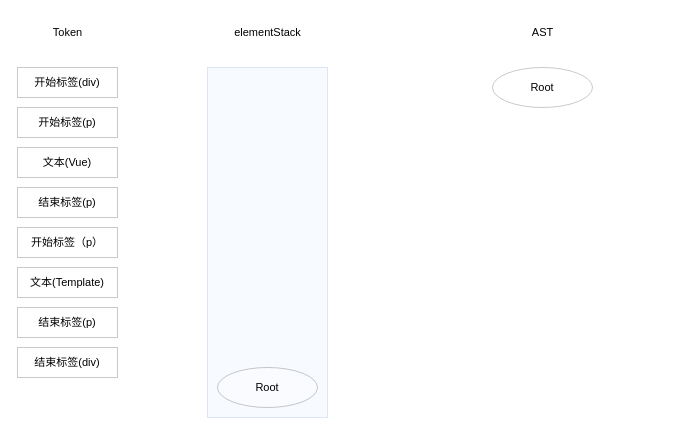
yzqzy/notes keeps this draw.io diagram as page "ast" (3 of 3) of books/Vue.js设计与实现/vue.js 3.drawio. Above is the earlier version. Source tidied: cells renumbered, new cells numbered last; positions are measured from the earlier drawing's top-left corner, leaving out a move shared by most shapes. Both pictures are drawn from the tidied source at 100%, with x=0, y=0 at pixel (17, 17).
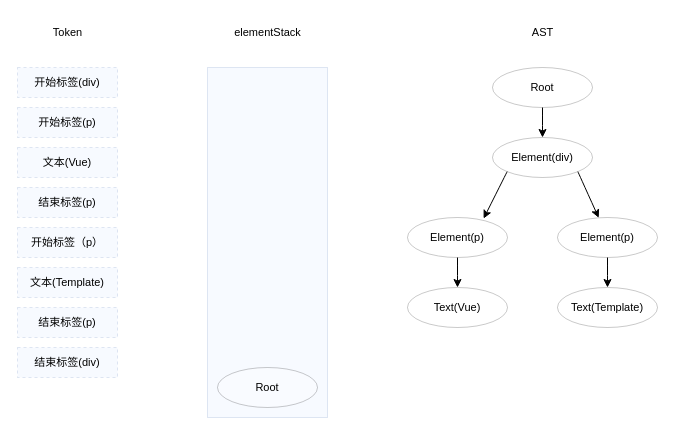
The same page after the edit.

Commit message:
styles(vue3): update vue.js 3 drawio

The change refers to these unchanged cells:
```xml
<mxCell id="15" value="Root" style="ellipse;whiteSpace=wrap;html=1;rounded=0;shadow=0;fontSize=11;fontColor=#000000;strokeColor=default;opacity=21;" parent="1" vertex="1">
  <mxGeometry x="475" y="50" width="100" height="40" as="geometry" />
</mxCell>
```

Change to the diagram source:
```diff
@@
-    <mxCell id="4" value="开始标签(div)" style="whiteSpace=wrap;html=1;rounded=0;shadow=0;fontSize=11;opacity=21;" parent="1" vertex="1">
+    <mxCell id="4" value="开始标签(div)" style="whiteSpace=wrap;html=1;rounded=0;shadow=0;fontSize=11;opacity=21;fillColor=#dae8fc;strokeColor=#6c8ebf;dashed=1;" parent="1" vertex="1">
       <mxGeometry y="50" width="100" height="30" as="geometry" />
     </mxCell>
-    <mxCell id="5" value="开始标签(p)" style="whiteSpace=wrap;html=1;rounded=0;shadow=0;fontSize=11;fontColor=#000000;strokeColor=default;opacity=21;" parent="1" vertex="1">
+    <mxCell id="5" value="开始标签(p)" style="whiteSpace=wrap;html=1;rounded=0;shadow=0;fontSize=11;strokeColor=#6c8ebf;opacity=21;fillColor=#dae8fc;dashed=1;" parent="1" vertex="1">
       <mxGeometry y="90" width="100" height="30" as="geometry" />
     </mxCell>
-    <mxCell id="6" value="文本(Vue)" style="whiteSpace=wrap;html=1;rounded=0;shadow=0;fontSize=11;fontColor=#000000;strokeColor=default;opacity=21;" parent="1" vertex="1">
+    <mxCell id="6" value="文本(Vue)" style="whiteSpace=wrap;html=1;rounded=0;shadow=0;fontSize=11;strokeColor=#6c8ebf;opacity=21;dashed=1;fillColor=#dae8fc;" parent="1" vertex="1">
       <mxGeometry y="130" width="100" height="30" as="geometry" />
     </mxCell>
-    <mxCell id="7" value="结束标签(p)" style="whiteSpace=wrap;html=1;rounded=0;shadow=0;fontSize=11;fontColor=#000000;strokeColor=default;opacity=21;" parent="1" vertex="1">
+    <mxCell id="7" value="结束标签(p)" style="whiteSpace=wrap;html=1;rounded=0;shadow=0;fontSize=11;strokeColor=#6c8ebf;opacity=21;fillColor=#dae8fc;dashed=1;" parent="1" vertex="1">
       <mxGeometry y="170" width="100" height="30" as="geometry" />
     </mxCell>
-    <mxCell id="8" value="开始标签（p）" style="whiteSpace=wrap;html=1;rounded=0;shadow=0;fontSize=11;fontColor=#000000;strokeColor=default;opacity=21;" parent="1" vertex="1">
+    <mxCell id="8" value="开始标签（p）" style="whiteSpace=wrap;html=1;rounded=0;shadow=0;fontSize=11;strokeColor=#6c8ebf;opacity=21;fillColor=#dae8fc;dashed=1;" parent="1" vertex="1">
       <mxGeometry y="210" width="100" height="30" as="geometry" />
     </mxCell>
-    <mxCell id="9" value="文本(Template)" style="whiteSpace=wrap;html=1;rounded=0;shadow=0;fontSize=11;fontColor=#000000;strokeColor=default;opacity=21;" parent="1" vertex="1">
+    <mxCell id="9" value="文本(Template)" style="whiteSpace=wrap;html=1;rounded=0;shadow=0;fontSize=11;strokeColor=#6c8ebf;opacity=21;fillColor=#dae8fc;dashed=1;" parent="1" vertex="1">
       <mxGeometry y="250" width="100" height="30" as="geometry" />
     </mxCell>
-    <mxCell id="10" value="结束标签(p)" style="whiteSpace=wrap;html=1;rounded=0;shadow=0;fontSize=11;fontColor=#000000;strokeColor=default;opacity=21;" parent="1" vertex="1">
+    <mxCell id="10" value="结束标签(p)" style="whiteSpace=wrap;html=1;rounded=0;shadow=0;fontSize=11;strokeColor=#6c8ebf;opacity=21;fillColor=#dae8fc;dashed=1;" parent="1" vertex="1">
       <mxGeometry y="290" width="100" height="30" as="geometry" />
     </mxCell>
-    <mxCell id="11" value="结束标签(div)" style="whiteSpace=wrap;html=1;rounded=0;shadow=0;fontSize=11;fontColor=#000000;strokeColor=default;opacity=21;" parent="1" vertex="1">
+    <mxCell id="11" value="结束标签(div)" style="whiteSpace=wrap;html=1;rounded=0;shadow=0;fontSize=11;strokeColor=#6c8ebf;opacity=21;fillColor=#dae8fc;dashed=1;" parent="1" vertex="1">
       <mxGeometry y="330" width="100" height="30" as="geometry" />
     </mxCell>
@@
+    <mxCell id="16" style="edgeStyle=orthogonalEdgeStyle;curved=1;rounded=0;jettySize=auto;html=1;fontSize=11;fontColor=#000000;" parent="1" edge="1" source="15" target="17">
+      <mxGeometry relative="1" as="geometry" />
+    </mxCell>
@@
+    <mxCell id="17" value="Element(div)" style="ellipse;whiteSpace=wrap;html=1;rounded=0;shadow=0;fontSize=11;fontColor=#000000;strokeColor=default;opacity=21;" parent="1" vertex="1">
+      <mxGeometry x="475" y="120" width="100" height="40" as="geometry" />
+    </mxCell>
+    <mxCell id="18" style="edgeStyle=orthogonalEdgeStyle;curved=1;rounded=0;jettySize=auto;html=1;fontSize=11;fontColor=#000000;" parent="1" edge="1" source="19" target="21">
+      <mxGeometry relative="1" as="geometry" />
+    </mxCell>
+    <mxCell id="19" value="Element(p)" style="ellipse;whiteSpace=wrap;html=1;rounded=0;shadow=0;fontSize=11;fontColor=#000000;strokeColor=default;opacity=21;" parent="1" vertex="1">
+      <mxGeometry x="390" y="200" width="100" height="40" as="geometry" />
+    </mxCell>
+    <mxCell id="20" style="endArrow=classic;html=1;rounded=0;fontSize=11;fontColor=#000000;curved=1;exitX=0;exitY=1;exitDx=0;exitDy=0;entryX=0.761;entryY=0.026;entryDx=0;entryDy=0;entryPerimeter=0;" parent="1" edge="1" source="17" target="19">
+      <mxGeometry relative="1" as="geometry" />
+    </mxCell>
+    <mxCell id="21" value="Text(Vue)" style="ellipse;whiteSpace=wrap;html=1;rounded=0;shadow=0;fontSize=11;fontColor=#000000;strokeColor=default;opacity=21;" parent="1" vertex="1">
+      <mxGeometry x="390" y="270" width="100" height="40" as="geometry" />
+    </mxCell>
+    <mxCell id="22" style="edgeStyle=orthogonalEdgeStyle;curved=1;rounded=0;jettySize=auto;html=1;fontSize=11;fontColor=#000000;" parent="1" edge="1" source="23" target="25">
+      <mxGeometry relative="1" as="geometry" />
+    </mxCell>
+    <mxCell id="23" value="Element(p)" style="ellipse;whiteSpace=wrap;html=1;rounded=0;shadow=0;fontSize=11;fontColor=#000000;strokeColor=default;opacity=21;" parent="1" vertex="1">
+      <mxGeometry x="540" y="200" width="100" height="40" as="geometry" />
+    </mxCell>
+    <mxCell id="24" style="endArrow=classic;html=1;rounded=0;fontSize=11;fontColor=#000000;curved=1;exitX=1;exitY=1;exitDx=0;exitDy=0;" parent="1" edge="1" source="17" target="23">
+      <mxGeometry relative="1" as="geometry" />
+    </mxCell>
+    <mxCell id="25" value="Text(Template)" style="ellipse;whiteSpace=wrap;html=1;rounded=0;shadow=0;fontSize=11;fontColor=#000000;strokeColor=default;opacity=21;" parent="1" vertex="1">
+      <mxGeometry x="540" y="270" width="100" height="40" as="geometry" />
+    </mxCell>
```
